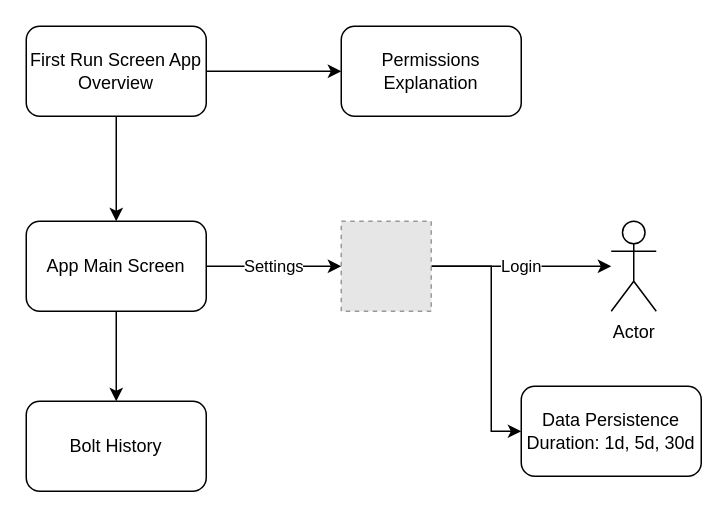
Earlier version of the draw.io diagram BLE_Reader.drawio (mihaidinsoreanu/draw_io_diagrams). Source tidied: cells renumbered, new cells numbered last; positions are measured from the earlier drawing's top-left corner, leaving out a move shared by most shapes. Both pictures are drawn from the tidied source at 150%, with x=0, y=0 at pixel (26, 26). Pictures stored in the file or linked from it are replaced by grey dashed boxes.
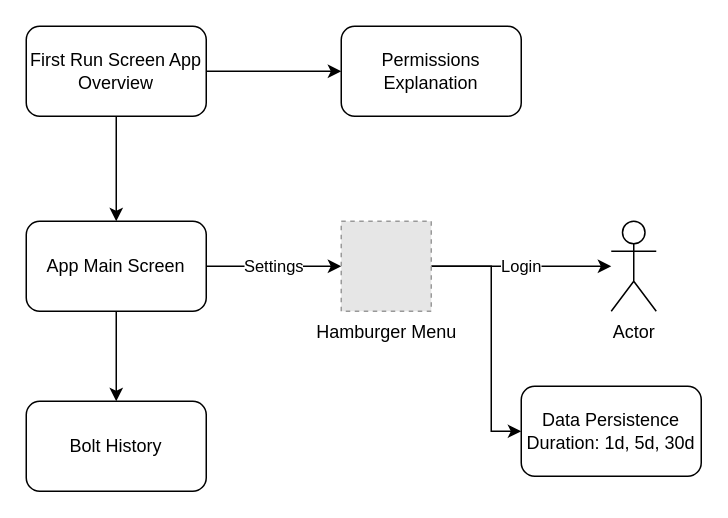
After the change.

Diff of the diagram source:
```diff
@@
 <mxGraphModel>
   <root>
     <mxCell id="0" />
     <mxCell id="1" parent="0" />
     <mxCell id="2" style="edgeStyle=orthogonalEdgeStyle;rounded=0;jettySize=auto;html=1;exitX=1;exitY=0.5;exitDx=0;exitDy=0;" parent="1" edge="1" source="4" target="5">
       <mxGeometry relative="1" as="geometry" />
     </mxCell>
     <mxCell id="3" style="edgeStyle=orthogonalEdgeStyle;rounded=0;jettySize=auto;html=1;" parent="1" edge="1" source="4" target="7">
       <mxGeometry relative="1" as="geometry" />
     </mxCell>
     <mxCell id="4" value="First Run Screen App Overview" style="rounded=1;whiteSpace=wrap;html=1;" parent="1" vertex="1">
       <mxGeometry width="120" height="60" as="geometry" />
     </mxCell>
     <mxCell id="5" value="Permissions Explanation" style="rounded=1;whiteSpace=wrap;html=1;" parent="1" vertex="1">
       <mxGeometry x="210" width="120" height="60" as="geometry" />
     </mxCell>
     <mxCell id="6" style="edgeStyle=orthogonalEdgeStyle;rounded=0;jettySize=auto;html=1;" parent="1" edge="1" source="7" target="8">
       <mxGeometry relative="1" as="geometry" />
     </mxCell>
     <mxCell id="7" value="App Main Screen" style="rounded=1;whiteSpace=wrap;html=1;" parent="1" vertex="1">
       <mxGeometry y="130" width="120" height="60" as="geometry" />
     </mxCell>
     <mxCell id="8" value="Bolt History" style="rounded=1;whiteSpace=wrap;html=1;" parent="1" vertex="1">
       <mxGeometry y="250" width="120" height="60" as="geometry" />
     </mxCell>
     <mxCell id="9" value="Settings" style="endArrow=classic;html=1;rounded=0;entryX=0;entryY=0.5;entryDx=0;entryDy=0;" parent="1" edge="1" source="7" target="12">
       <mxGeometry relative="1" as="geometry" />
     </mxCell>
     <mxCell id="10" value="Login" style="edgeStyle=orthogonalEdgeStyle;rounded=0;jettySize=auto;html=1;" parent="1" edge="1" source="12" target="13">
       <mxGeometry relative="1" as="geometry" />
     </mxCell>
     <mxCell id="11" style="edgeStyle=orthogonalEdgeStyle;rounded=0;jettySize=auto;html=1;entryX=0;entryY=0.5;entryDx=0;entryDy=0;" parent="1" edge="1" source="12" target="14">
       <mxGeometry relative="1" as="geometry">
         <Array as="points">
           <mxPoint x="310" y="160" />
           <mxPoint x="310" y="270" />
         </Array>
       </mxGeometry>
     </mxCell>
-    <mxCell id="12" style="fillColor=#E6E6E6;strokeColor=#999999;dashed=1;html=1;verticalAlign=top;verticalLabelPosition=bottom;labelBackgroundColor=#ffffff;" parent="1" vertex="1">
+    <mxCell id="12" value="Hamburger Menu" style="fillColor=#E6E6E6;strokeColor=#999999;dashed=1;html=1;verticalAlign=top;verticalLabelPosition=bottom;labelBackgroundColor=#ffffff;" parent="1" vertex="1">
       <mxGeometry x="210" y="130" width="60" height="60" as="geometry" />
     </mxCell>
     <mxCell id="13" value="Actor" style="shape=umlActor;verticalLabelPosition=bottom;verticalAlign=top;html=1;" parent="1" vertex="1">
       <mxGeometry x="390" y="130" width="30" height="60" as="geometry" />
     </mxCell>
     <mxCell id="14" value="Data Persistence Duration: 1d, 5d, 30d" style="rounded=1;whiteSpace=wrap;html=1;" parent="1" vertex="1">
       <mxGeometry x="330" y="240" width="120" height="60" as="geometry" />
     </mxCell>
   </root>
 </mxGraphModel>
```
